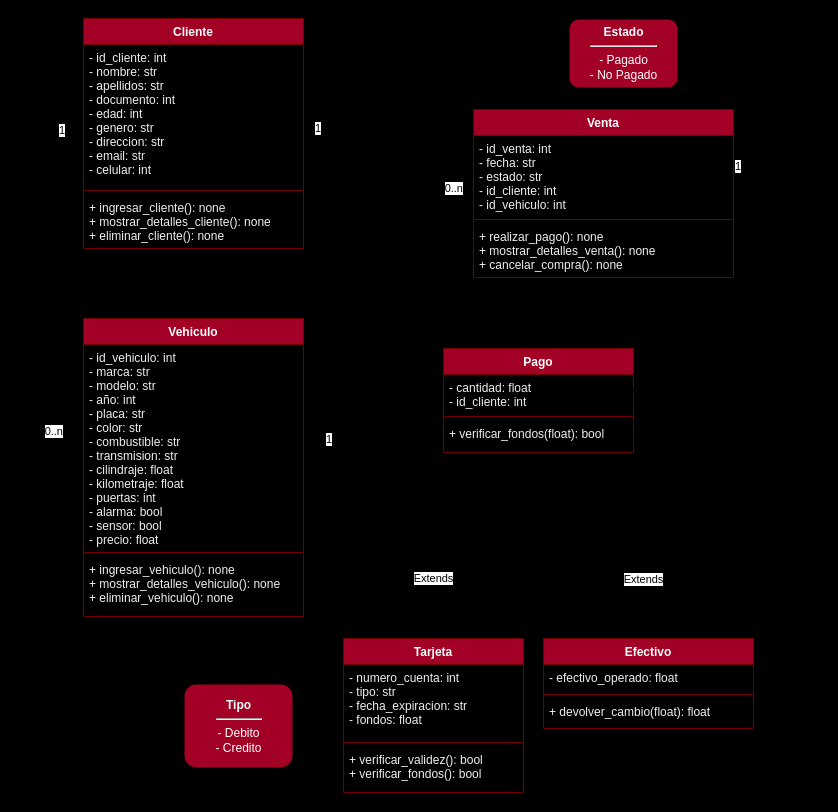
Above: page "Page-1" (1 of 2) of group-project.drawio in mitumial/data-nexus (draw.io), before the change. Source tidied: cells renumbered, new cells numbered last; positions are measured from the earlier drawing's top-left corner, leaving out a move shared by most shapes. Both pictures are drawn from the tidied source at 100%, with x=0, y=0 at pixel (33, 18).
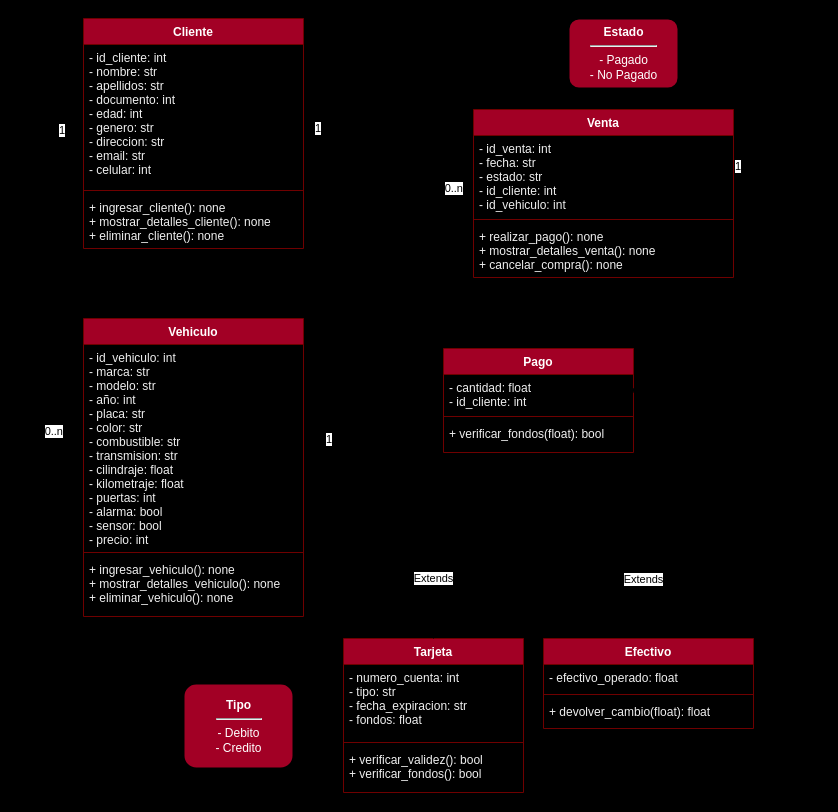
After the change.

Unchanged cells that the change refers to:
```xml
<mxCell id="2" value="Vehiculo" style="swimlane;fontStyle=1;align=center;verticalAlign=top;horizontal=1;startSize=26;fillColor=#a20025;fontColor=#ffffff;strokeColor=#6F0000;" parent="1" vertex="1">
  <mxGeometry x="50" y="300" width="220" height="298" as="geometry" />
</mxCell>
```

What changed in the source:
```diff
@@
-    <mxCell id="3" value="- id_vehiculo: int&#10;- marca: str&#10;- modelo: str&#10;- año: int&#10;- placa: str&#10;- color: str&#10;- combustible: str&#10;- transmision: str&#10;- cilindraje: float&#10;- kilometraje: float&#10;- puertas: int&#10;- alarma: bool&#10;- sensor: bool&#10;- precio: float&#10;" style="text;strokeColor=none;fillColor=none;align=left;verticalAlign=top;spacingLeft=4;spacingRight=4;overflow=hidden;points=[[0,0.5],[1,0.5]];portConstraint=eastwest;fontColor=#F0F0F0;" parent="2" vertex="1">
+    <mxCell id="3" value="- id_vehiculo: int&#10;- marca: str&#10;- modelo: str&#10;- año: int&#10;- placa: str&#10;- color: str&#10;- combustible: str&#10;- transmision: str&#10;- cilindraje: float&#10;- kilometraje: float&#10;- puertas: int&#10;- alarma: bool&#10;- sensor: bool&#10;- precio: int&#10;" style="text;strokeColor=none;fillColor=none;align=left;verticalAlign=top;spacingLeft=4;spacingRight=4;overflow=hidden;points=[[0,0.5],[1,0.5]];portConstraint=eastwest;fontColor=#F0F0F0;" parent="2" vertex="1">
       <mxGeometry y="26" width="220" height="204" as="geometry" />
     </mxCell>
```
